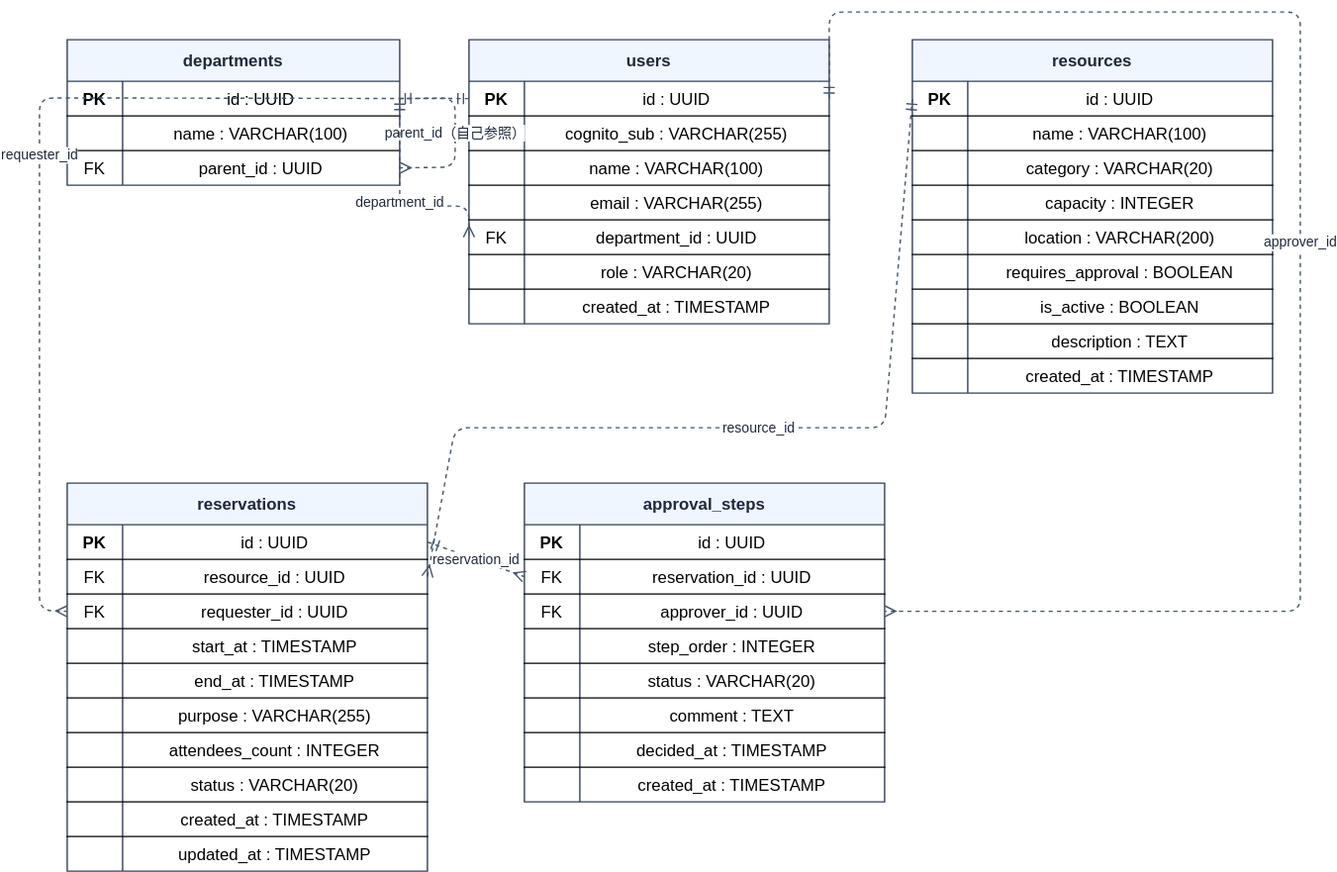
Before: docs-next/static/diagrams/spec/er-diagram.drawio.svg, a diagram exported from draw.io (CHS-Training-Org/ai_training_for_chuo_system). Source tidied: cells renumbered, new cells last; positions are measured from the earlier drawing's top-left corner, leaving out a move shared by most shapes.
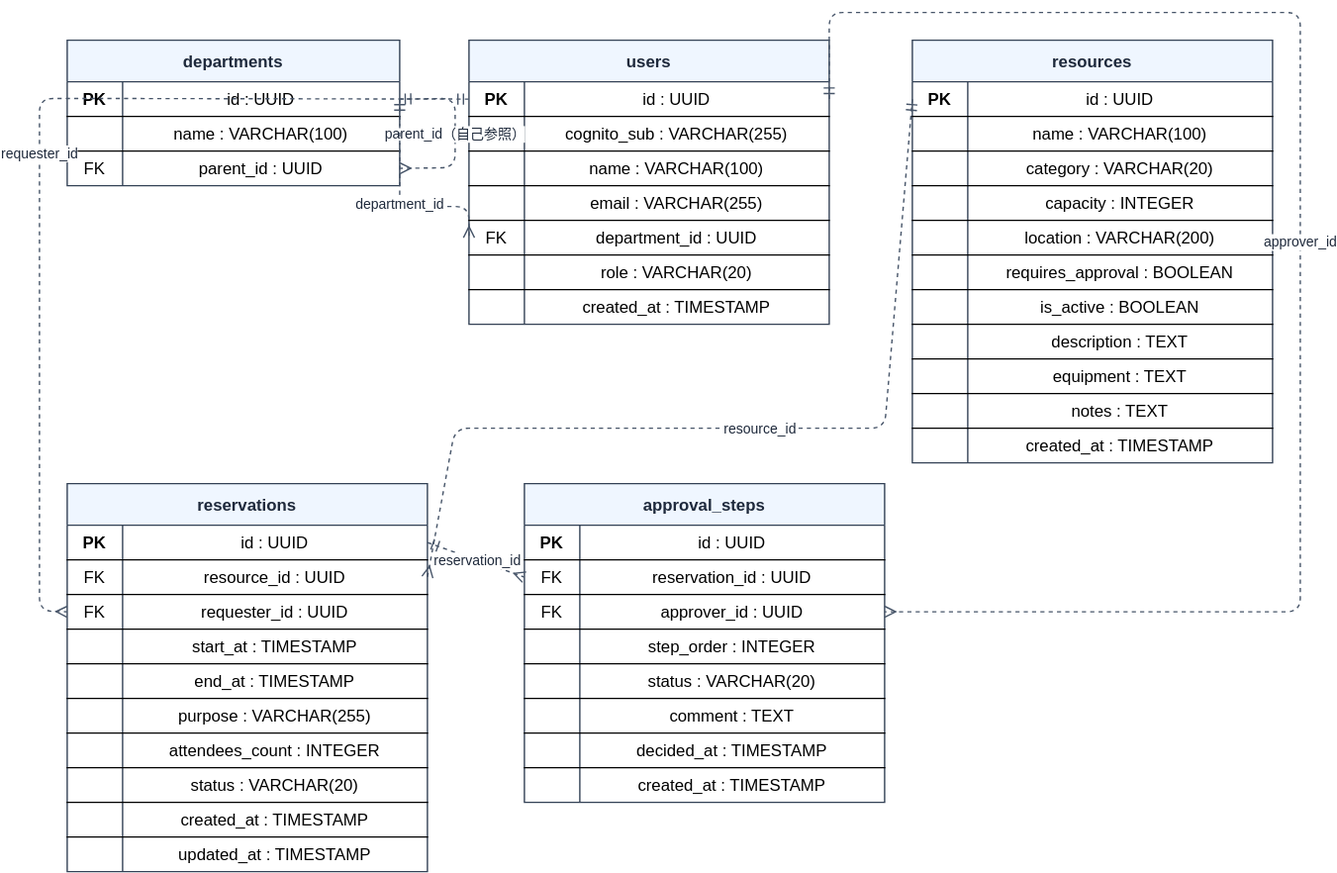
After the commit.

What changed in the source:
```diff
@@ -99,7 +99,7 @@
       <mxGeometry x="40" width="220" height="25" as="geometry" />
     </mxCell>
     <mxCell id="34" value="resources" style="shape=table;startSize=30;rowLines=0;fontStyle=1;strokeColor=#334155;fillColor=#EFF6FF;fontColor=#1E293B;" parent="1" vertex="1">
-      <mxGeometry x="630" y="20" width="260" height="255" as="geometry" />
+      <mxGeometry x="630" y="20" width="260" height="305" as="geometry" />
     </mxCell>
     <mxCell id="35" style="shape=tableRow;horizontal=0;startSize=0;swimlaneHead=0;swimlaneBody=0;fillColor=none;points=[[0,0.5],[1,0.5]];portConstraint=eastwest;fontSize=12;top=0;left=0;right=0;bottom=1;" parent="34" vertex="1">
       <mxGeometry y="30" width="260" height="25" as="geometry" />
@@ -173,8 +173,26 @@
     <mxCell id="58" value="description : TEXT" style="shape=partialRectangle;fillColor=none;top=0;left=0;bottom=0;right=0;overflow=hidden;" parent="56" vertex="1">
       <mxGeometry x="40" width="220" height="25" as="geometry" />
     </mxCell>
+    <mxCell id="124" style="shape=tableRow;horizontal=0;startSize=0;swimlaneHead=0;swimlaneBody=0;fillColor=none;fontSize=12;top=0;left=0;right=0;bottom=1;" parent="34" vertex="1">
+      <mxGeometry y="230" width="260" height="25" as="geometry" />
+    </mxCell>
+    <mxCell id="125" style="shape=partialRectangle;fillColor=none;top=0;left=0;bottom=0;right=0;overflow=hidden;" parent="124" vertex="1">
+      <mxGeometry width="40" height="25" as="geometry" />
+    </mxCell>
+    <mxCell id="126" value="equipment : TEXT" style="shape=partialRectangle;fillColor=none;top=0;left=0;bottom=0;right=0;overflow=hidden;" parent="124" vertex="1">
+      <mxGeometry x="40" width="220" height="25" as="geometry" />
+    </mxCell>
+    <mxCell id="127" style="shape=tableRow;horizontal=0;startSize=0;swimlaneHead=0;swimlaneBody=0;fillColor=none;fontSize=12;top=0;left=0;right=0;bottom=1;" parent="34" vertex="1">
+      <mxGeometry y="255" width="260" height="25" as="geometry" />
+    </mxCell>
+    <mxCell id="128" style="shape=partialRectangle;fillColor=none;top=0;left=0;bottom=0;right=0;overflow=hidden;" parent="127" vertex="1">
+      <mxGeometry width="40" height="25" as="geometry" />
+    </mxCell>
+    <mxCell id="129" value="notes : TEXT" style="shape=partialRectangle;fillColor=none;top=0;left=0;bottom=0;right=0;overflow=hidden;" parent="127" vertex="1">
+      <mxGeometry x="40" width="220" height="25" as="geometry" />
+    </mxCell>
     <mxCell id="59" style="shape=tableRow;horizontal=0;startSize=0;swimlaneHead=0;swimlaneBody=0;fillColor=none;fontSize=12;top=0;left=0;right=0;bottom=0;" parent="34" vertex="1">
-      <mxGeometry y="230" width="260" height="25" as="geometry" />
+      <mxGeometry y="280" width="260" height="25" as="geometry" />
     </mxCell>
     <mxCell id="60" style="shape=partialRectangle;fillColor=none;top=0;left=0;bottom=0;right=0;overflow=hidden;" parent="59" vertex="1">
       <mxGeometry width="40" height="25" as="geometry" />
```
